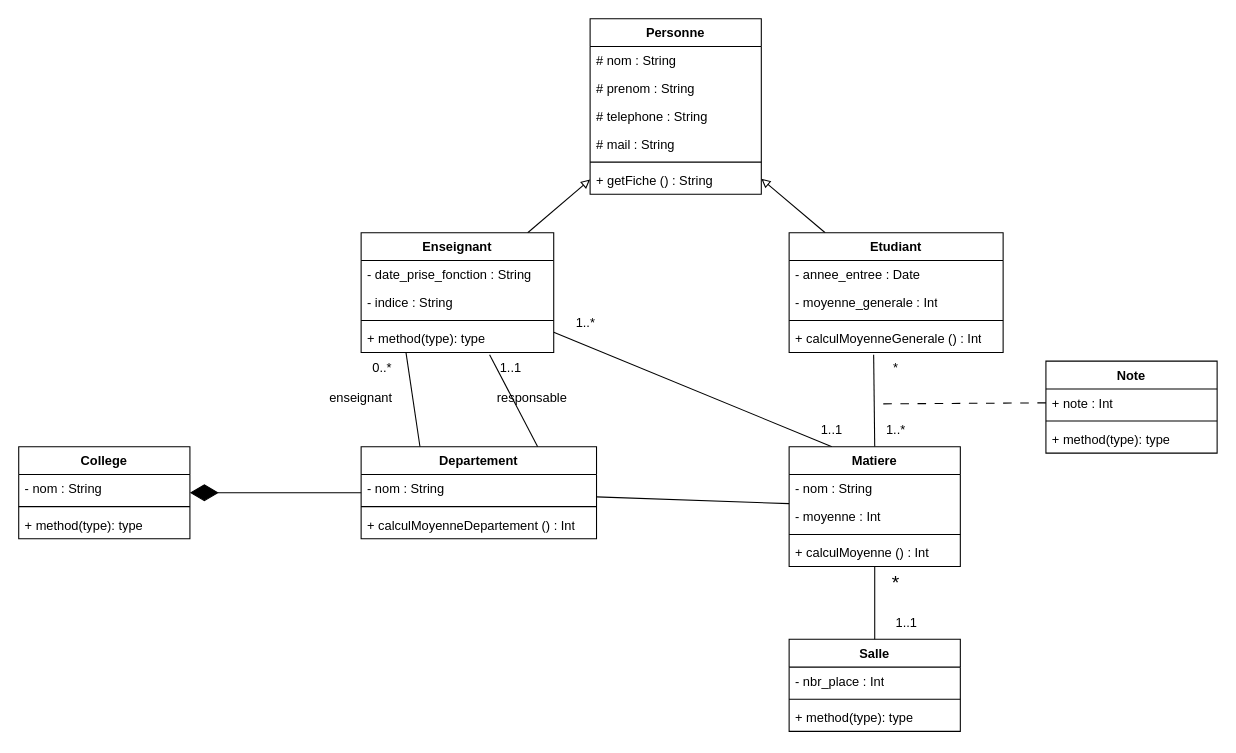
Mzk-Ali/EXO_M2I_UML keeps this draw.io diagram as TP2/TP_2_UML_Exercice_6.drawio. Above is the earlier version. Source tidied: cells renumbered, new cells numbered last; positions are measured from the earlier drawing's top-left corner, leaving out a move shared by most shapes. Both pictures are drawn from the tidied source at 107%, with x=0, y=0 at pixel (18, 18).
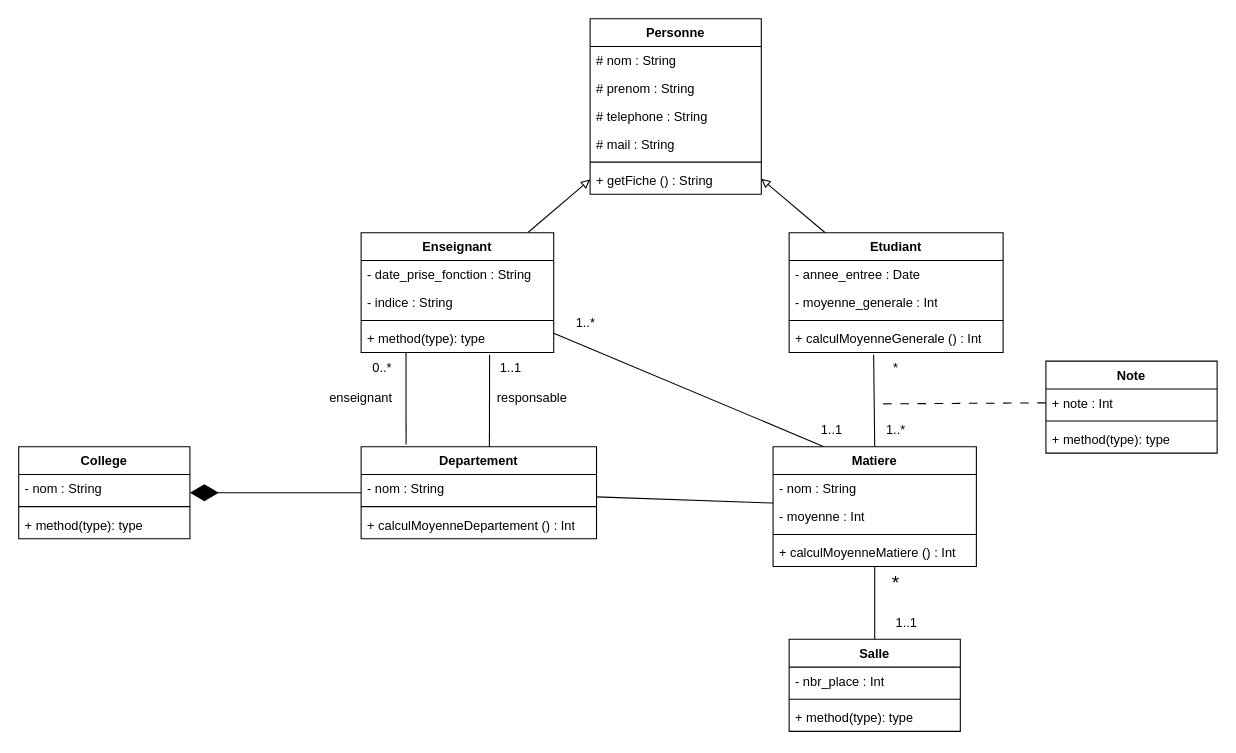
The same diagram, later.

Commit message:
Mettre à jour TP_2_UML_Exercice_6.drawio

The change refers to these unchanged cells:
```xml
<mxCell id="12" value="+ method(type): type" style="text;strokeColor=none;fillColor=none;align=left;verticalAlign=top;spacingLeft=4;spacingRight=4;overflow=hidden;points=[[0,0.5],[1,0.5]];portConstraint=eastwest;whiteSpace=wrap;html=1;" parent="8" vertex="1">
  <mxGeometry y="86" width="180" height="26" as="geometry" />
</mxCell>
<mxCell id="32" value="Departement" style="swimlane;fontStyle=1;align=center;verticalAlign=top;horizontal=1;startSize=26;whiteSpace=wrap;html=1;" parent="1" vertex="1">
  <mxGeometry x="320" y="400" width="220" height="86" as="geometry" />
</mxCell>
```

The edit, as a diff of the source:
```diff
@@
-    <mxCell id="7" style="rounded=0;jettySize=auto;html=1;entryX=0.25;entryY=0;entryDx=0;entryDy=0;endArrow=none;startFill=0;exitX=0.233;exitY=1;exitDx=0;exitDy=0;exitPerimeter=0;" parent="1" edge="1" source="12" target="32">
+    <mxCell id="7" style="rounded=0;jettySize=auto;html=1;entryX=0.191;entryY=-0.023;entryDx=0;entryDy=0;endArrow=none;startFill=0;exitX=0.233;exitY=1;exitDx=0;exitDy=0;exitPerimeter=0;entryPerimeter=0;" parent="1" edge="1" source="12" target="32">
       <mxGeometry relative="1" as="geometry" />
     </mxCell>
@@
-    <mxCell id="30" style="rounded=0;jettySize=auto;html=1;endArrow=none;startFill=0;exitX=0.75;exitY=0;exitDx=0;exitDy=0;entryX=0.667;entryY=1.077;entryDx=0;entryDy=0;entryPerimeter=0;" parent="1" edge="1" source="32" target="12">
+    <mxCell id="30" style="rounded=0;jettySize=auto;html=1;endArrow=none;startFill=0;exitX=0.545;exitY=0.023;exitDx=0;exitDy=0;entryX=0.667;entryY=1.077;entryDx=0;entryDy=0;entryPerimeter=0;exitPerimeter=0;" parent="1" edge="1" source="32" target="12">
       <mxGeometry relative="1" as="geometry" />
     </mxCell>
@@
     <mxCell id="39" value="Matiere" style="swimlane;fontStyle=1;align=center;verticalAlign=top;horizontal=1;startSize=26;whiteSpace=wrap;html=1;" parent="1" vertex="1">
-      <mxGeometry x="720" y="400" width="160" height="112" as="geometry" />
+      <mxGeometry x="705" y="400" width="190" height="112" as="geometry" />
     </mxCell>
     <mxCell id="40" value="- nom : String" style="text;strokeColor=none;fillColor=none;align=left;verticalAlign=top;spacingLeft=4;spacingRight=4;overflow=hidden;whiteSpace=wrap;html=1;" parent="39" vertex="1">
-      <mxGeometry y="26" width="160" height="26" as="geometry" />
+      <mxGeometry y="26" width="190" height="26" as="geometry" />
     </mxCell>
     <mxCell id="41" value="- moyenne : Int" style="text;strokeColor=none;fillColor=none;align=left;verticalAlign=top;spacingLeft=4;spacingRight=4;overflow=hidden;whiteSpace=wrap;html=1;" parent="39" vertex="1">
-      <mxGeometry y="52" width="160" height="26" as="geometry" />
+      <mxGeometry y="52" width="190" height="26" as="geometry" />
     </mxCell>
     <mxCell id="42" style="line;strokeWidth=1;fillColor=none;align=left;verticalAlign=middle;spacingTop=-1;spacingLeft=3;spacingRight=3;labelPosition=right;strokeColor=inherit;" parent="39" vertex="1">
-      <mxGeometry y="78" width="160" height="8" as="geometry" />
+      <mxGeometry y="78" width="190" height="8" as="geometry" />
     </mxCell>
-    <mxCell id="43" value="+ calculMoyenne () : Int&amp;nbsp;" style="text;strokeColor=none;fillColor=none;align=left;verticalAlign=top;spacingLeft=4;spacingRight=4;overflow=hidden;whiteSpace=wrap;html=1;" parent="39" vertex="1">
-      <mxGeometry y="86" width="160" height="26" as="geometry" />
+    <mxCell id="43" value="+ calculMoyenneMatiere () : Int&amp;nbsp;" style="text;strokeColor=none;fillColor=none;align=left;verticalAlign=top;spacingLeft=4;spacingRight=4;overflow=hidden;whiteSpace=wrap;html=1;" parent="39" vertex="1">
+      <mxGeometry y="86" width="190" height="26" as="geometry" />
     </mxCell>
```
